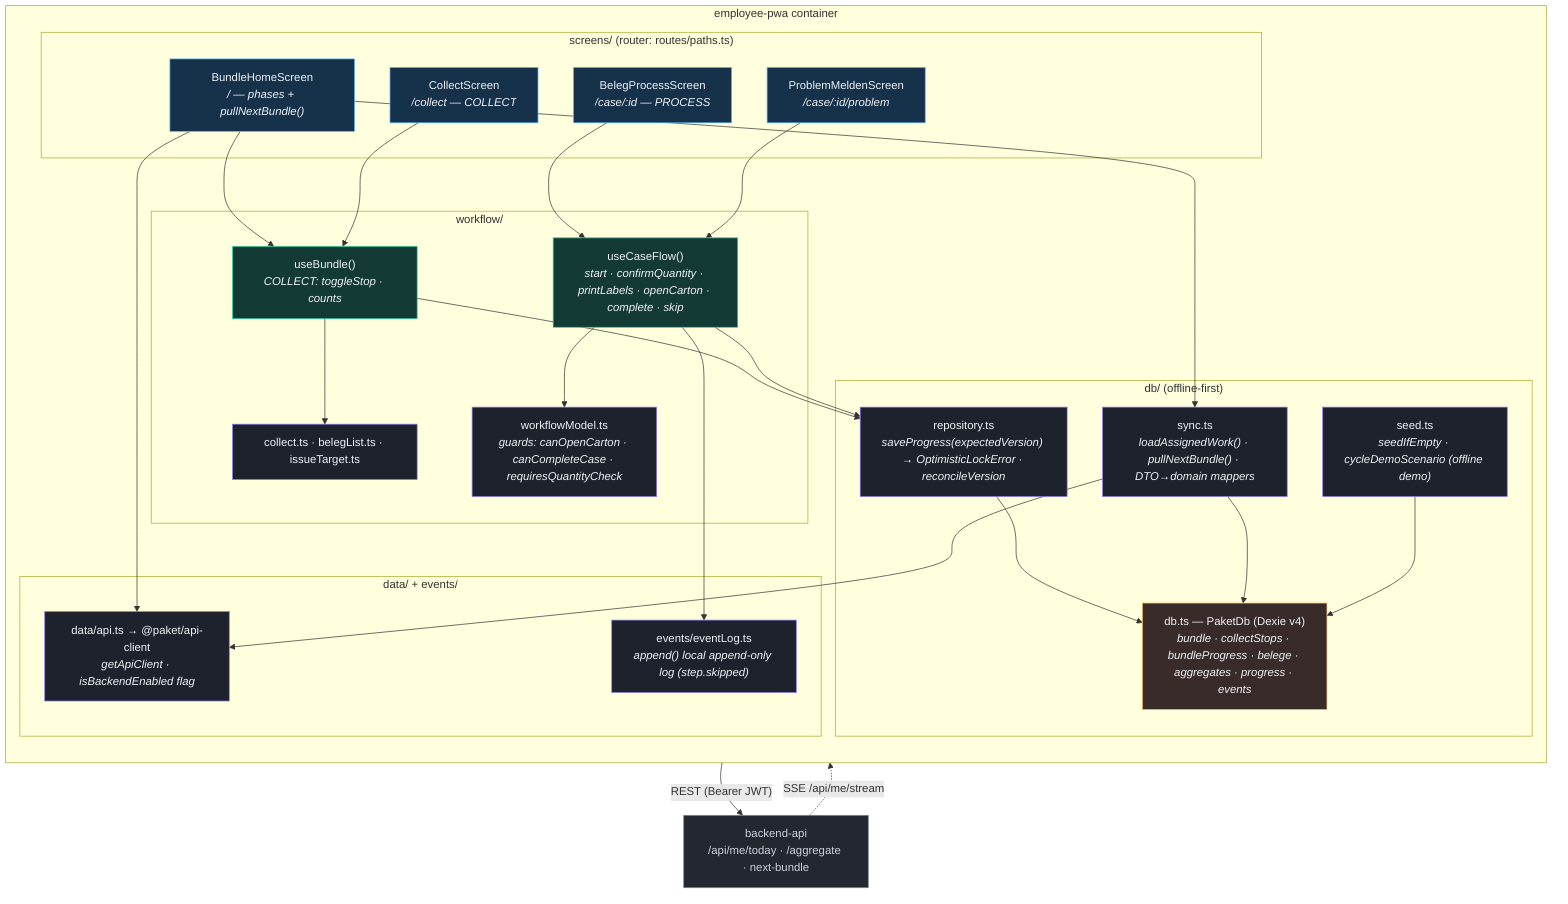
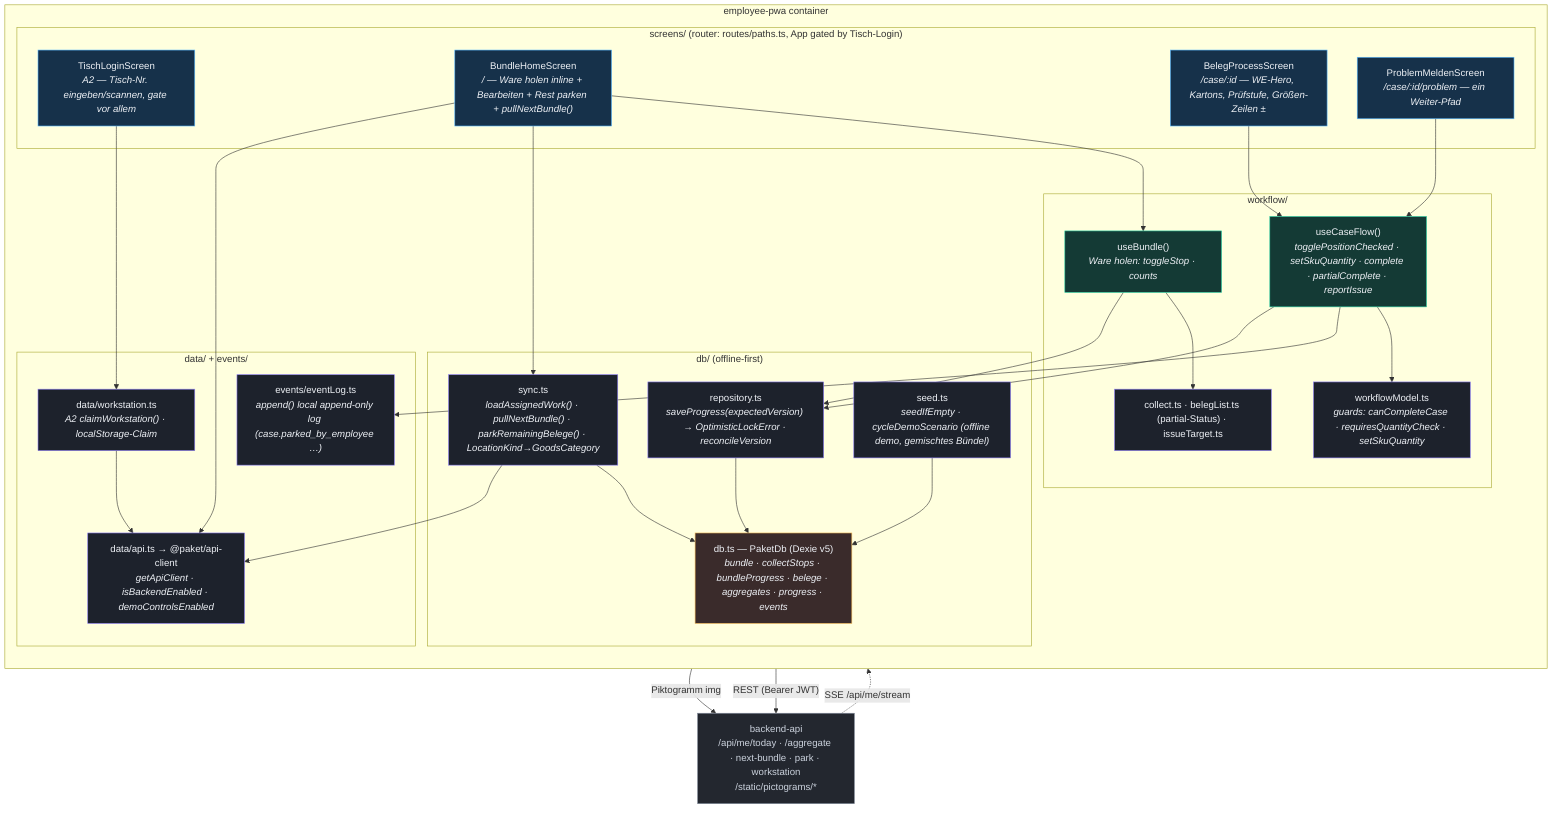
%% C4 Level 3 — Components: employee-pwa (React + Vite PWA, offline-first)
%% Verified against apps/employee-pwa/src/* (screens/, workflow/, db/, data/, events/, routes/).
+ %% Ein-Screen-Flow (Dustin-Feedback 03.07.2026): Tisch-Login-Gate, Ware holen inline,
+ %% Parkposition, kein /collect mehr.
flowchart TB
    classDef screen fill:#16314a,stroke:#56b6ff,color:#eef1f6;
    classDef hook fill:#143a35,stroke:#2dd4a7,color:#eef1f6;
    classDef logic fill:#1d222c,stroke:#8b7cf6,color:#eef1f6;
    classDef store fill:#3a2b2b,stroke:#f5b955,color:#eef1f6;
    classDef ext fill:#23272f,stroke:#7c8696,color:#cbd2dd;

-     api["backend-api<br/>/api/me/today · /aggregate · next-bundle"]:::ext
+     api["backend-api<br/>/api/me/today · /aggregate · next-bundle · park · workstation<br/>/static/pictograms/*"]:::ext

    subgraph pwa["employee-pwa container"]
        direction TB
-         subgraph screens["screens/ (router: routes/paths.ts)"]
-             home["BundleHomeScreen<br/><i>/ — phases + pullNextBundle()</i>"]:::screen
-             collect["CollectScreen<br/><i>/collect — COLLECT</i>"]:::screen
-             process["BelegProcessScreen<br/><i>/case/:id — PROCESS</i>"]:::screen
-             problem["ProblemMeldenScreen<br/><i>/case/:id/problem</i>"]:::screen
+         subgraph screens["screens/ (router: routes/paths.ts, App gated by Tisch-Login)"]
+             login["TischLoginScreen<br/><i>A2 — Tisch-Nr. eingeben/scannen, gate vor allem</i>"]:::screen
+             home["BundleHomeScreen<br/><i>/ — Ware holen inline + Bearbeiten + Rest parken + pullNextBundle()</i>"]:::screen
+             process["BelegProcessScreen<br/><i>/case/:id — WE-Hero, Kartons, Prüfstufe, Größen-Zeilen ±</i>"]:::screen
+             problem["ProblemMeldenScreen<br/><i>/case/:id/problem — ein Weiter-Pfad</i>"]:::screen
        end
        subgraph wf["workflow/"]
-             useBundle["useBundle()<br/><i>COLLECT: toggleStop · counts</i>"]:::hook
-             useCaseFlow["useCaseFlow()<br/><i>start · confirmQuantity · printLabels · openCarton · complete · skip</i>"]:::hook
-             model["workflowModel.ts<br/><i>guards: canOpenCarton · canCompleteCase · requiresQuantityCheck</i>"]:::logic
-             collectLogic["collect.ts · belegList.ts · issueTarget.ts"]:::logic
+             useBundle["useBundle()<br/><i>Ware holen: toggleStop · counts</i>"]:::hook
+             useCaseFlow["useCaseFlow()<br/><i>togglePositionChecked · setSkuQuantity · complete · partialComplete · reportIssue</i>"]:::hook
+             model["workflowModel.ts<br/><i>guards: canCompleteCase · requiresQuantityCheck · setSkuQuantity</i>"]:::logic
+             collectLogic["collect.ts · belegList.ts (partial-Status) · issueTarget.ts"]:::logic
        end
        subgraph dbl["db/ (offline-first)"]
-             dexie["db.ts — PaketDb (Dexie v4)<br/><i>bundle · collectStops · bundleProgress · belege · aggregates · progress · events</i>"]:::store
+             dexie["db.ts — PaketDb (Dexie v5)<br/><i>bundle · collectStops · bundleProgress · belege · aggregates · progress · events</i>"]:::store
            repo["repository.ts<br/><i>saveProgress(expectedVersion) → OptimisticLockError · reconcileVersion</i>"]:::logic
-             sync["sync.ts<br/><i>loadAssignedWork() · pullNextBundle() · DTO→domain mappers</i>"]:::logic
-             seed["seed.ts<br/><i>seedIfEmpty · cycleDemoScenario (offline demo)</i>"]:::logic
+             sync["sync.ts<br/><i>loadAssignedWork() · pullNextBundle() · parkRemainingBelege() · LocationKind→GoodsCategory</i>"]:::logic
+             seed["seed.ts<br/><i>seedIfEmpty · cycleDemoScenario (offline demo, gemischtes Bündel)</i>"]:::logic
        end
        subgraph data["data/ + events/"]
-             apiClient["data/api.ts → @paket/api-client<br/><i>getApiClient · isBackendEnabled flag</i>"]:::logic
-             eventLog["events/eventLog.ts<br/><i>append() local append-only log (step.skipped)</i>"]:::logic
+             apiClient["data/api.ts → @paket/api-client<br/><i>getApiClient · isBackendEnabled · demoControlsEnabled</i>"]:::logic
+             workstation["data/workstation.ts<br/><i>A2 claimWorkstation() · localStorage-Claim</i>"]:::logic
+             eventLog["events/eventLog.ts<br/><i>append() local append-only log (case.parked_by_employee …)</i>"]:::logic
        end
    end

+     login --> workstation
    home --> useBundle
-     collect --> useBundle
    process --> useCaseFlow
    problem --> useCaseFlow
    useBundle --> collectLogic
    useCaseFlow --> model
    useCaseFlow --> eventLog
    useBundle --> repo
    useCaseFlow --> repo
    repo --> dexie
    sync --> dexie
    seed --> dexie
    home --> sync
    sync --> apiClient
    home --> apiClient
+     workstation --> apiClient
+     process -->|"Piktogramm img"| api
    apiClient -->|"REST (Bearer JWT)"| api
    api -. "SSE /api/me/stream" .-> home
